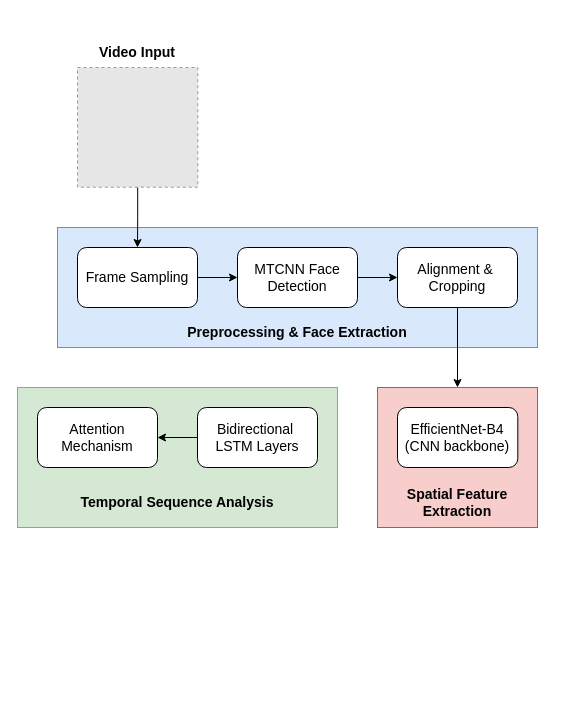
Above: DeepFakeDetectionArchitecture.drawio in lukas0173/Draw.io (draw.io), before the change. Source tidied: cells renumbered, new cells numbered last; positions are measured from the earlier drawing's top-left corner, leaving out a move shared by most shapes. Both pictures are drawn from the tidied source at 100%, with x=0, y=0 at pixel (17, 37). Pictures stored in the file or linked from it are replaced by grey dashed boxes.
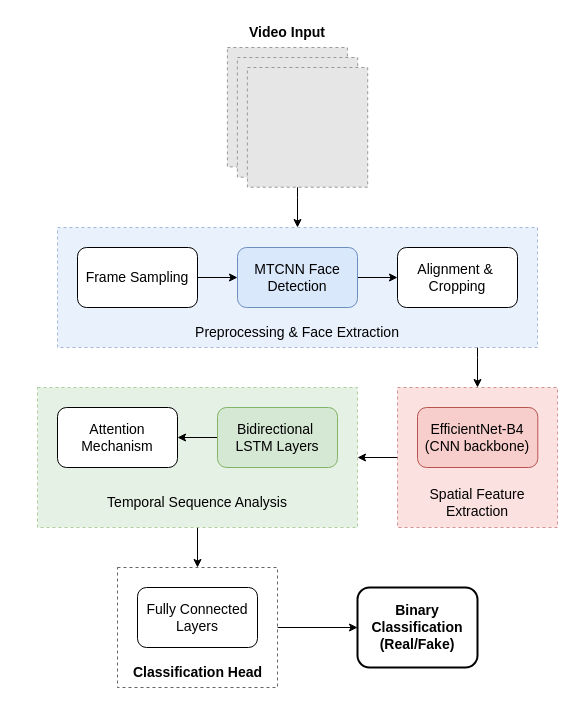
After the change.

The change refers to these unchanged cells:
```xml
<mxCell id="6" value="Frame Sampling" style="rounded=1;whiteSpace=wrap;html=1;fontSize=14;" parent="1" vertex="1">
  <mxGeometry x="60" y="210" width="120" height="60" as="geometry" />
</mxCell>
<mxCell id="10" value="Alignment &amp;amp;&amp;nbsp;&lt;div&gt;Cropping&lt;/div&gt;" style="rounded=1;whiteSpace=wrap;html=1;fontSize=14;" parent="1" vertex="1">
  <mxGeometry x="380" y="210" width="120" height="60" as="geometry" />
</mxCell>
```

Change to the diagram source:
```diff
@@
+    <mxCell id="21" style="edgeStyle=orthogonalEdgeStyle;rounded=0;jettySize=auto;html=1;entryX=0.5;entryY=0;entryDx=0;entryDy=0;" parent="1" edge="1" source="2" target="13">
+      <mxGeometry relative="1" as="geometry">
+        <Array as="points">
+          <mxPoint x="460" y="320" />
+          <mxPoint x="460" y="320" />
+        </Array>
+      </mxGeometry>
+    </mxCell>
-    <mxCell id="2" style="rounded=0;whiteSpace=wrap;html=1;fillColor=#dae8fc;strokeColor=#6c8ebf;" parent="1" vertex="1">
+    <mxCell id="2" style="rounded=0;whiteSpace=wrap;html=1;fillColor=#dae8fc;strokeColor=#6c8ebf;dashed=1;opacity=60;" parent="1" vertex="1">
       <mxGeometry x="40" y="190" width="480" height="120" as="geometry" />
     </mxCell>
-    <mxCell id="3" style="edgeStyle=orthogonalEdgeStyle;rounded=0;jettySize=auto;html=1;" parent="1" edge="1" source="4" target="6">
-      <mxGeometry relative="1" as="geometry" />
-    </mxCell>
     <mxCell id="4" style="fillColor=#E6E6E6;strokeColor=#999999;dashed=1;verticalLabelPosition=bottom;verticalAlign=top;" parent="1" vertex="1">
-      <mxGeometry x="60" y="30" width="120.3" height="119.7" as="geometry" />
+      <mxGeometry x="209.9" y="10" width="120" height="119.4" as="geometry" />
     </mxCell>
@@
-    <mxCell id="8" value="MTCNN Face Detection" style="rounded=1;whiteSpace=wrap;html=1;fontSize=14;" parent="1" vertex="1">
+    <mxCell id="8" value="MTCNN Face Detection" style="rounded=1;whiteSpace=wrap;html=1;fontSize=14;fillColor=#dae8fc;strokeColor=#6c8ebf;" parent="1" vertex="1">
       <mxGeometry x="220" y="210" width="120" height="60" as="geometry" />
     </mxCell>
-    <mxCell id="9" style="edgeStyle=orthogonalEdgeStyle;rounded=0;jettySize=auto;html=1;entryX=0.5;entryY=0;entryDx=0;entryDy=0;" parent="1" edge="1" source="10" target="13">
-      <mxGeometry relative="1" as="geometry" />
-    </mxCell>
@@
-    <mxCell id="11" value="Preprocessing &amp;amp; Face Extraction" style="text;html=1;whiteSpace=wrap;strokeColor=none;fillColor=none;align=center;verticalAlign=middle;rounded=0;fontStyle=1;fontSize=14;" parent="1" vertex="1">
+    <mxCell id="11" value="Preprocessing &amp;amp; Face Extraction" style="text;html=1;whiteSpace=wrap;strokeColor=none;fillColor=none;align=center;verticalAlign=middle;rounded=0;fontStyle=0;fontSize=14;" parent="1" vertex="1">
       <mxGeometry x="165" y="280" width="230" height="30" as="geometry" />
     </mxCell>
     <mxCell id="12" value="Video Input" style="text;html=1;whiteSpace=wrap;strokeColor=none;fillColor=none;align=center;verticalAlign=middle;rounded=0;fontStyle=1;fontSize=14;" parent="1" vertex="1">
-      <mxGeometry x="70.1" width="100" height="30" as="geometry" />
+      <mxGeometry x="220" y="-20" width="100" height="30" as="geometry" />
     </mxCell>
+    <mxCell id="22" style="edgeStyle=orthogonalEdgeStyle;rounded=0;jettySize=auto;html=1;entryX=1;entryY=0.5;entryDx=0;entryDy=0;" parent="1" edge="1" source="13" target="16">
+      <mxGeometry relative="1" as="geometry" />
+    </mxCell>
-    <mxCell id="13" style="rounded=0;whiteSpace=wrap;html=1;fillColor=#f8cecc;strokeColor=#b85450;" parent="1" vertex="1">
-      <mxGeometry x="360" y="350" width="160" height="140" as="geometry" />
+    <mxCell id="13" style="rounded=0;whiteSpace=wrap;html=1;fillColor=#f8cecc;strokeColor=#b85450;dashed=1;opacity=60;" parent="1" vertex="1">
+      <mxGeometry x="380" y="350" width="160" height="140" as="geometry" />
     </mxCell>
-    <mxCell id="14" value="Spatial Feature Extraction" style="text;html=1;whiteSpace=wrap;strokeColor=none;fillColor=none;align=center;verticalAlign=middle;rounded=0;fontStyle=1;fontSize=14;" parent="1" vertex="1">
-      <mxGeometry x="370" y="440" width="140" height="50" as="geometry" />
+    <mxCell id="14" value="Spatial Feature Extraction" style="text;html=1;whiteSpace=wrap;strokeColor=none;fillColor=none;align=center;verticalAlign=middle;rounded=0;fontStyle=0;fontSize=14;" parent="1" vertex="1">
+      <mxGeometry x="390" y="440" width="140" height="50" as="geometry" />
     </mxCell>
-    <mxCell id="15" value="EfficientNet-B4 (CNN backbone)" style="rounded=1;whiteSpace=wrap;html=1;fontSize=14;" parent="1" vertex="1">
-      <mxGeometry x="380" y="370" width="120.3" height="60" as="geometry" />
+    <mxCell id="15" value="EfficientNet-B4 (CNN backbone)" style="rounded=1;whiteSpace=wrap;html=1;fontSize=14;fillColor=#f8cecc;strokeColor=#b85450;" parent="1" vertex="1">
+      <mxGeometry x="400" y="370" width="120.3" height="60" as="geometry" />
     </mxCell>
+    <mxCell id="23" style="edgeStyle=orthogonalEdgeStyle;rounded=0;jettySize=auto;html=1;entryX=0.5;entryY=0;entryDx=0;entryDy=0;" parent="1" edge="1" source="16" target="25">
+      <mxGeometry relative="1" as="geometry" />
+    </mxCell>
-    <mxCell id="16" style="rounded=0;whiteSpace=wrap;html=1;fillColor=#d5e8d4;strokeColor=#82b366;" parent="1" vertex="1">
-      <mxGeometry y="350" width="320" height="140" as="geometry" />
+    <mxCell id="16" style="rounded=0;whiteSpace=wrap;html=1;fillColor=#d5e8d4;strokeColor=#82b366;dashed=1;opacity=60;" parent="1" vertex="1">
+      <mxGeometry x="20" y="350" width="320" height="140" as="geometry" />
     </mxCell>
@@
     <mxCell id="18" value="&lt;div&gt;&lt;div&gt;&lt;div&gt;Attention&lt;/div&gt;&lt;div&gt;Mechanism&lt;/div&gt;&lt;/div&gt;&lt;/div&gt;" style="rounded=1;whiteSpace=wrap;html=1;fontSize=14;" parent="1" vertex="1">
-      <mxGeometry x="20" y="370" width="120" height="60" as="geometry" />
+      <mxGeometry x="40" y="370" width="120" height="60" as="geometry" />
     </mxCell>
-    <mxCell id="19" value="Bidirectional&amp;nbsp;&lt;div&gt;LSTM Layers&lt;/div&gt;" style="rounded=1;whiteSpace=wrap;html=1;fontSize=14;" parent="1" vertex="1">
-      <mxGeometry x="180" y="370" width="120" height="60" as="geometry" />
+    <mxCell id="19" value="Bidirectional&amp;nbsp;&lt;div&gt;LSTM Layers&lt;/div&gt;" style="rounded=1;whiteSpace=wrap;html=1;fontSize=14;fillColor=#d5e8d4;strokeColor=#82b366;" parent="1" vertex="1">
+      <mxGeometry x="200" y="370" width="120" height="60" as="geometry" />
     </mxCell>
-    <mxCell id="20" value="Temporal Sequence Analysis" style="text;html=1;whiteSpace=wrap;strokeColor=none;fillColor=none;align=center;verticalAlign=middle;rounded=0;fontStyle=1;fontSize=14;" parent="1" vertex="1">
-      <mxGeometry x="45" y="450" width="230" height="30" as="geometry" />
+    <mxCell id="20" value="Temporal Sequence Analysis" style="text;html=1;whiteSpace=wrap;strokeColor=none;fillColor=none;align=center;verticalAlign=middle;rounded=0;fontStyle=0;fontSize=14;" parent="1" vertex="1">
+      <mxGeometry x="65" y="450" width="230" height="30" as="geometry" />
     </mxCell>
+    <mxCell id="24" style="edgeStyle=orthogonalEdgeStyle;rounded=0;jettySize=auto;html=1;" parent="1" edge="1" source="25" target="32">
+      <mxGeometry relative="1" as="geometry" />
+    </mxCell>
+    <mxCell id="25" style="rounded=0;whiteSpace=wrap;html=1;dashed=1;opacity=60;" parent="1" vertex="1">
+      <mxGeometry x="100" y="530" width="160" height="120" as="geometry" />
+    </mxCell>
+    <mxCell id="26" style="edgeStyle=orthogonalEdgeStyle;rounded=0;orthogonalLoop=1;jettySize=auto;html=1;" parent="1" edge="1">
+      <mxGeometry relative="1" as="geometry">
+        <mxPoint x="180" y="580" as="sourcePoint" />
+      </mxGeometry>
+    </mxCell>
+    <mxCell id="27" style="edgeStyle=orthogonalEdgeStyle;rounded=0;orthogonalLoop=1;jettySize=auto;html=1;" parent="1" edge="1">
+      <mxGeometry relative="1" as="geometry">
+        <mxPoint x="340" y="580" as="sourcePoint" />
+      </mxGeometry>
+    </mxCell>
+    <mxCell id="28" value="Classification Head" style="text;html=1;whiteSpace=wrap;strokeColor=none;fillColor=none;align=center;verticalAlign=middle;rounded=0;fontStyle=1;fontSize=14;" parent="1" vertex="1">
+      <mxGeometry x="107.5" y="620" width="145" height="30" as="geometry" />
+    </mxCell>
+    <mxCell id="29" style="fillColor=#E6E6E6;strokeColor=#999999;dashed=1;verticalLabelPosition=bottom;verticalAlign=top;" parent="1" vertex="1">
+      <mxGeometry x="219.9" y="20" width="120.3" height="119.7" as="geometry" />
+    </mxCell>
+    <mxCell id="30" style="edgeStyle=orthogonalEdgeStyle;rounded=0;jettySize=auto;html=1;entryX=0.5;entryY=0;entryDx=0;entryDy=0;" parent="1" edge="1" source="31" target="2">
+      <mxGeometry relative="1" as="geometry">
+        <Array as="points">
+          <mxPoint x="280" y="160" />
+          <mxPoint x="280" y="160" />
+        </Array>
+      </mxGeometry>
+    </mxCell>
+    <mxCell id="31" style="fillColor=#E6E6E6;strokeColor=#999999;dashed=1;verticalLabelPosition=bottom;verticalAlign=top;" parent="1" vertex="1">
+      <mxGeometry x="229.9" y="30" width="120.3" height="119.7" as="geometry" />
+    </mxCell>
+    <mxCell id="32" value="&lt;div&gt;&lt;div&gt;&lt;div&gt;Binary Classification&lt;/div&gt;&lt;/div&gt;&lt;/div&gt;&lt;div&gt;(Real/Fake)&lt;/div&gt;" style="rounded=1;whiteSpace=wrap;html=1;fontSize=14;strokeWidth=2;fontStyle=1;" parent="1" vertex="1">
+      <mxGeometry x="340" y="550" width="120" height="80" as="geometry" />
+    </mxCell>
+    <mxCell id="33" value="&lt;div&gt;&lt;div&gt;&lt;div&gt;Fully Connected Layers&lt;/div&gt;&lt;/div&gt;&lt;/div&gt;" style="rounded=1;whiteSpace=wrap;html=1;fontSize=14;" parent="1" vertex="1">
+      <mxGeometry x="120" y="550" width="120" height="60" as="geometry" />
+    </mxCell>
```
